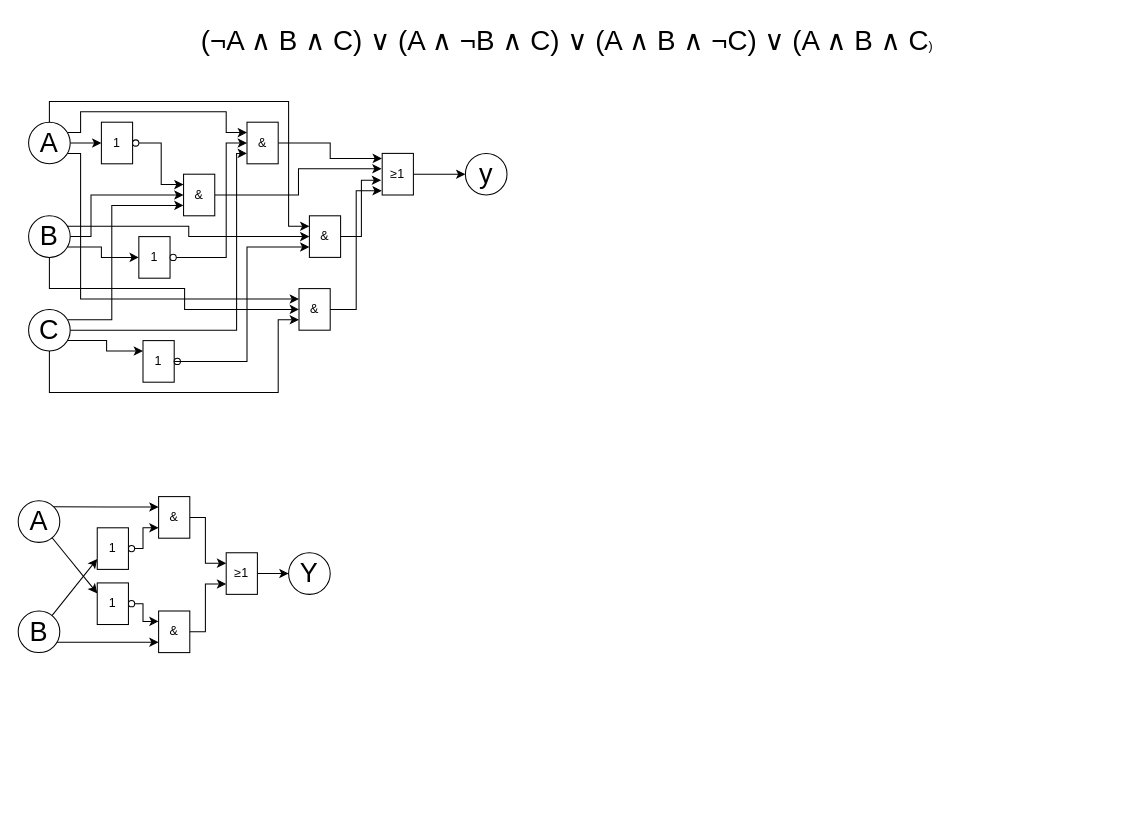
The draw.io diagram 3-Schalte-SFP.drawio in Protarios/Steuerungstechnik, before the edit. Source tidied: cells renumbered, new cells numbered last; positions are measured from the earlier drawing's top-left corner, leaving out a move shared by most shapes. Both pictures are drawn from the tidied source at 104%, with x=0, y=0 at pixel (18, 18).
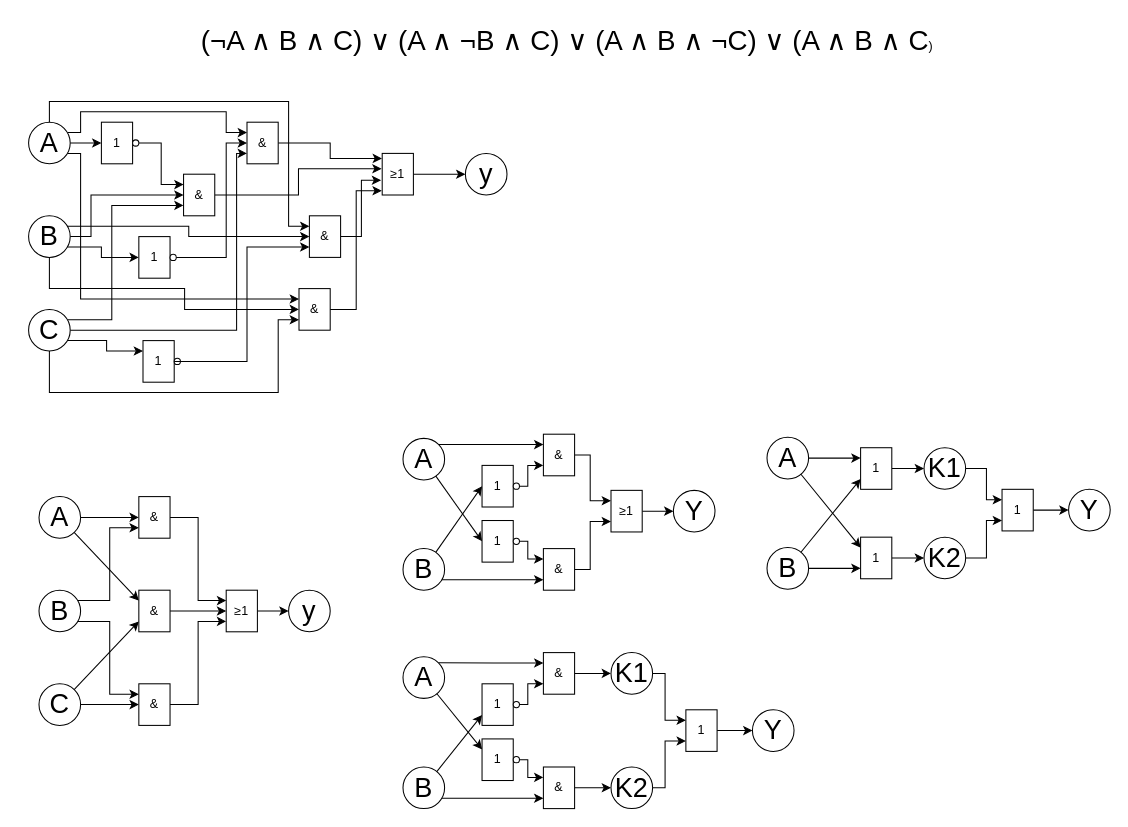
The same diagram, later.

The edit, as a diff of the source:
```diff
@@
-    <mxCell id="41" style="edgeStyle=orthogonalEdgeStyle;rounded=0;jettySize=auto;html=1;entryX=0;entryY=0.25;entryDx=0;entryDy=0;exitX=1;exitY=0;exitDx=0;exitDy=0;" parent="1" edge="1" source="43" target="55">
-      <mxGeometry relative="1" as="geometry" />
-    </mxCell>
-    <mxCell id="42" style="rounded=0;jettySize=auto;html=1;entryX=0;entryY=0.25;entryDx=0;entryDy=0;" parent="1" edge="1" source="43" target="49">
-      <mxGeometry relative="1" as="geometry" />
-    </mxCell>
-    <mxCell id="43" value="A" style="ellipse;whiteSpace=wrap;html=1;fontSize=26;" parent="1" vertex="1">
-      <mxGeometry y="464" width="40" height="40" as="geometry" />
-    </mxCell>
-    <mxCell id="44" style="rounded=0;jettySize=auto;html=1;entryX=0;entryY=0.75;entryDx=0;entryDy=0;" parent="1" edge="1" source="46" target="52">
-      <mxGeometry relative="1" as="geometry" />
-    </mxCell>
-    <mxCell id="45" style="edgeStyle=orthogonalEdgeStyle;rounded=0;jettySize=auto;html=1;entryX=0;entryY=0.75;entryDx=0;entryDy=0;" parent="1" edge="1" source="46" target="60">
-      <mxGeometry relative="1" as="geometry">
-        <Array as="points">
-          <mxPoint x="60" y="600" />
-          <mxPoint x="60" y="600" />
-        </Array>
-      </mxGeometry>
-    </mxCell>
-    <mxCell id="46" value="B" style="ellipse;whiteSpace=wrap;html=1;fontSize=26;" parent="1" vertex="1">
-      <mxGeometry y="570" width="40" height="40" as="geometry" />
-    </mxCell>
-    <mxCell id="47" value="Y" style="ellipse;whiteSpace=wrap;html=1;fontSize=26;" parent="1" vertex="1">
-      <mxGeometry x="260" y="514" width="40" height="40" as="geometry" />
-    </mxCell>
-    <mxCell id="48" style="group;" parent="1" vertex="1">
-      <mxGeometry x="76" y="543" width="36" height="40" as="geometry" />
-    </mxCell>
-    <mxCell id="49" value="1" style="rounded=0;whiteSpace=wrap;html=1;" parent="48" vertex="1">
-      <mxGeometry width="30" height="40" as="geometry" />
-    </mxCell>
-    <mxCell id="50" style="ellipse;whiteSpace=wrap;html=1;" parent="48" vertex="1">
-      <mxGeometry x="30" y="17" width="6" height="6" as="geometry" />
-    </mxCell>
-    <mxCell id="51" style="group;" parent="1" vertex="1">
-      <mxGeometry x="76" y="490" width="36" height="40" as="geometry" />
-    </mxCell>
-    <mxCell id="52" value="1" style="rounded=0;whiteSpace=wrap;html=1;" parent="51" vertex="1">
-      <mxGeometry width="30" height="40" as="geometry" />
-    </mxCell>
-    <mxCell id="53" style="ellipse;whiteSpace=wrap;html=1;" parent="51" vertex="1">
-      <mxGeometry x="30" y="17" width="6" height="6" as="geometry" />
-    </mxCell>
-    <mxCell id="54" style="edgeStyle=orthogonalEdgeStyle;rounded=0;jettySize=auto;html=1;entryX=0;entryY=0.25;entryDx=0;entryDy=0;" parent="1" edge="1" source="55" target="58">
-      <mxGeometry relative="1" as="geometry">
-        <Array as="points">
-          <mxPoint x="180" y="480" />
-          <mxPoint x="180" y="524" />
-        </Array>
-      </mxGeometry>
-    </mxCell>
-    <mxCell id="55" value="&amp;amp;" style="rounded=0;whiteSpace=wrap;html=1;" parent="1" vertex="1">
-      <mxGeometry x="135" y="460" width="30" height="40" as="geometry" />
-    </mxCell>
-    <mxCell id="56" style="edgeStyle=orthogonalEdgeStyle;rounded=0;jettySize=auto;html=1;exitX=1;exitY=0.5;exitDx=0;exitDy=0;entryX=0;entryY=0.75;entryDx=0;entryDy=0;" parent="1" edge="1" source="53" target="55">
-      <mxGeometry relative="1" as="geometry">
-        <Array as="points">
-          <mxPoint x="120" y="510" />
-          <mxPoint x="120" y="490" />
-        </Array>
-      </mxGeometry>
-    </mxCell>
-    <mxCell id="57" style="edgeStyle=orthogonalEdgeStyle;rounded=0;jettySize=auto;html=1;" parent="1" edge="1" source="58" target="47">
-      <mxGeometry relative="1" as="geometry" />
-    </mxCell>
-    <mxCell id="58" value="&lt;font face=&quot;Helvetica&quot;&gt;&lt;font&gt;&lt;span style=&quot;color: black; font-weight: normal;&quot;&gt;≥1&lt;/span&gt;&lt;/font&gt;&lt;/font&gt;" style="rounded=0;whiteSpace=wrap;html=1;" parent="1" vertex="1">
-      <mxGeometry x="200" y="514" width="30" height="40" as="geometry" />
-    </mxCell>
-    <mxCell id="59" style="edgeStyle=orthogonalEdgeStyle;rounded=0;jettySize=auto;html=1;entryX=0;entryY=0.75;entryDx=0;entryDy=0;" parent="1" edge="1" source="60" target="58">
-      <mxGeometry relative="1" as="geometry">
-        <Array as="points">
-          <mxPoint x="180" y="590" />
-          <mxPoint x="180" y="544" />
-        </Array>
-      </mxGeometry>
-    </mxCell>
-    <mxCell id="60" value="&amp;amp;" style="rounded=0;whiteSpace=wrap;html=1;" parent="1" vertex="1">
-      <mxGeometry x="135" y="570" width="30" height="40" as="geometry" />
-    </mxCell>
-    <mxCell id="61" style="edgeStyle=orthogonalEdgeStyle;rounded=0;jettySize=auto;html=1;entryX=0;entryY=0.25;entryDx=0;entryDy=0;exitX=1;exitY=0.5;exitDx=0;exitDy=0;" parent="1" edge="1" source="50" target="60">
-      <mxGeometry relative="1" as="geometry">
-        <Array as="points">
-          <mxPoint x="120" y="563" />
-          <mxPoint x="120" y="580" />
-        </Array>
-      </mxGeometry>
-    </mxCell>
+    <mxCell id="62" style="edgeStyle=orthogonalEdgeStyle;rounded=0;jettySize=auto;html=1;entryX=0;entryY=0.5;entryDx=0;entryDy=0;exitX=1;exitY=0.5;exitDx=0;exitDy=0;" parent="1" edge="1" source="64" target="72">
+      <mxGeometry relative="1" as="geometry" />
+    </mxCell>
+    <mxCell id="63" style="rounded=0;jettySize=auto;html=1;entryX=0;entryY=0.25;entryDx=0;entryDy=0;" parent="1" edge="1" source="64" target="74">
+      <mxGeometry relative="1" as="geometry" />
+    </mxCell>
+    <mxCell id="64" value="A" style="ellipse;whiteSpace=wrap;html=1;fontSize=26;" parent="1" vertex="1">
+      <mxGeometry x="20" y="460" width="40" height="40" as="geometry" />
+    </mxCell>
+    <mxCell id="65" style="edgeStyle=orthogonalEdgeStyle;rounded=0;jettySize=auto;html=1;entryX=0;entryY=0.75;entryDx=0;entryDy=0;" parent="1" edge="1" source="67" target="72">
+      <mxGeometry relative="1" as="geometry">
+        <Array as="points">
+          <mxPoint x="88" y="560" />
+          <mxPoint x="88" y="490" />
+        </Array>
+      </mxGeometry>
+    </mxCell>
+    <mxCell id="66" style="edgeStyle=orthogonalEdgeStyle;rounded=0;jettySize=auto;html=1;entryX=0;entryY=0.25;entryDx=0;entryDy=0;" parent="1" edge="1" source="67" target="76">
+      <mxGeometry relative="1" as="geometry">
+        <Array as="points">
+          <mxPoint x="88" y="580" />
+          <mxPoint x="88" y="650" />
+        </Array>
+      </mxGeometry>
+    </mxCell>
+    <mxCell id="67" value="B" style="ellipse;whiteSpace=wrap;html=1;fontSize=26;" parent="1" vertex="1">
+      <mxGeometry x="20" y="550" width="40" height="40" as="geometry" />
+    </mxCell>
+    <mxCell id="68" style="rounded=0;jettySize=auto;html=1;entryX=0;entryY=0.75;entryDx=0;entryDy=0;" parent="1" edge="1" source="70" target="74">
+      <mxGeometry relative="1" as="geometry" />
+    </mxCell>
+    <mxCell id="69" style="edgeStyle=orthogonalEdgeStyle;rounded=0;jettySize=auto;html=1;entryX=0;entryY=0.5;entryDx=0;entryDy=0;" parent="1" edge="1" source="70" target="76">
+      <mxGeometry relative="1" as="geometry" />
+    </mxCell>
+    <mxCell id="70" value="C" style="ellipse;whiteSpace=wrap;html=1;fontSize=26;" parent="1" vertex="1">
+      <mxGeometry x="20" y="640" width="40" height="40" as="geometry" />
+    </mxCell>
+    <mxCell id="71" style="edgeStyle=orthogonalEdgeStyle;rounded=0;jettySize=auto;html=1;entryX=0;entryY=0.25;entryDx=0;entryDy=0;" parent="1" edge="1" source="72" target="78">
+      <mxGeometry relative="1" as="geometry" />
+    </mxCell>
+    <mxCell id="72" value="&amp;amp;" style="rounded=0;whiteSpace=wrap;html=1;" parent="1" vertex="1">
+      <mxGeometry x="116" y="460" width="30" height="40" as="geometry" />
+    </mxCell>
+    <mxCell id="73" style="edgeStyle=orthogonalEdgeStyle;rounded=0;jettySize=auto;html=1;entryX=0;entryY=0.5;entryDx=0;entryDy=0;" parent="1" edge="1" source="74" target="78">
+      <mxGeometry relative="1" as="geometry" />
+    </mxCell>
+    <mxCell id="74" value="&amp;amp;" style="rounded=0;whiteSpace=wrap;html=1;" parent="1" vertex="1">
+      <mxGeometry x="116" y="550" width="30" height="40" as="geometry" />
+    </mxCell>
+    <mxCell id="75" style="edgeStyle=orthogonalEdgeStyle;rounded=0;jettySize=auto;html=1;entryX=0;entryY=0.75;entryDx=0;entryDy=0;" parent="1" edge="1" source="76" target="78">
+      <mxGeometry relative="1" as="geometry" />
+    </mxCell>
+    <mxCell id="76" value="&amp;amp;" style="rounded=0;whiteSpace=wrap;html=1;" parent="1" vertex="1">
+      <mxGeometry x="116" y="640" width="30" height="40" as="geometry" />
+    </mxCell>
+    <mxCell id="77" style="edgeStyle=orthogonalEdgeStyle;rounded=0;jettySize=auto;html=1;" parent="1" edge="1" source="78" target="79">
+      <mxGeometry relative="1" as="geometry" />
+    </mxCell>
+    <mxCell id="78" value="&lt;font face=&quot;Helvetica&quot;&gt;&lt;font&gt;&lt;span style=&quot;color: black; font-weight: normal;&quot;&gt;≥1&lt;/span&gt;&lt;/font&gt;&lt;/font&gt;" style="rounded=0;whiteSpace=wrap;html=1;" parent="1" vertex="1">
+      <mxGeometry x="200" y="550" width="30" height="40" as="geometry" />
+    </mxCell>
+    <mxCell id="79" value="y" style="ellipse;whiteSpace=wrap;html=1;fontSize=26;" parent="1" vertex="1">
+      <mxGeometry x="260" y="550" width="40" height="40" as="geometry" />
+    </mxCell>
+    <mxCell id="80" style="edgeStyle=orthogonalEdgeStyle;rounded=0;jettySize=auto;html=1;entryX=0;entryY=0.25;entryDx=0;entryDy=0;exitX=1;exitY=0;exitDx=0;exitDy=0;" parent="1" edge="1" source="82" target="94">
+      <mxGeometry relative="1" as="geometry" />
+    </mxCell>
+    <mxCell id="81" style="rounded=0;jettySize=auto;html=1;entryX=0;entryY=0.5;entryDx=0;entryDy=0;" parent="1" edge="1" source="82" target="88">
+      <mxGeometry relative="1" as="geometry" />
+    </mxCell>
+    <mxCell id="82" value="A" style="ellipse;whiteSpace=wrap;html=1;fontSize=26;" parent="1" vertex="1">
+      <mxGeometry x="370" y="404" width="40" height="40" as="geometry" />
+    </mxCell>
+    <mxCell id="83" style="rounded=0;jettySize=auto;html=1;entryX=0;entryY=0.5;entryDx=0;entryDy=0;" parent="1" edge="1" source="85" target="91">
+      <mxGeometry relative="1" as="geometry" />
+    </mxCell>
+    <mxCell id="84" style="edgeStyle=orthogonalEdgeStyle;rounded=0;jettySize=auto;html=1;entryX=0;entryY=0.75;entryDx=0;entryDy=0;" parent="1" edge="1" source="85" target="99">
+      <mxGeometry relative="1" as="geometry">
+        <Array as="points">
+          <mxPoint x="430" y="540" />
+          <mxPoint x="430" y="540" />
+        </Array>
+      </mxGeometry>
+    </mxCell>
+    <mxCell id="85" value="B" style="ellipse;whiteSpace=wrap;html=1;fontSize=26;" parent="1" vertex="1">
+      <mxGeometry x="370" y="510" width="40" height="40" as="geometry" />
+    </mxCell>
+    <mxCell id="86" value="Y" style="ellipse;whiteSpace=wrap;html=1;fontSize=26;" parent="1" vertex="1">
+      <mxGeometry x="630" y="454" width="40" height="40" as="geometry" />
+    </mxCell>
+    <mxCell id="87" style="group;" parent="1" vertex="1">
+      <mxGeometry x="446" y="483" width="36" height="40" as="geometry" />
+    </mxCell>
+    <mxCell id="88" value="1" style="rounded=0;whiteSpace=wrap;html=1;" parent="87" vertex="1">
+      <mxGeometry width="30" height="40" as="geometry" />
+    </mxCell>
+    <mxCell id="89" style="ellipse;whiteSpace=wrap;html=1;" parent="87" vertex="1">
+      <mxGeometry x="30" y="17" width="6" height="6" as="geometry" />
+    </mxCell>
+    <mxCell id="90" style="group;" parent="1" vertex="1">
+      <mxGeometry x="446" y="430" width="36" height="40" as="geometry" />
+    </mxCell>
+    <mxCell id="91" value="1" style="rounded=0;whiteSpace=wrap;html=1;" parent="90" vertex="1">
+      <mxGeometry width="30" height="40" as="geometry" />
+    </mxCell>
+    <mxCell id="92" style="ellipse;whiteSpace=wrap;html=1;" parent="90" vertex="1">
+      <mxGeometry x="30" y="17" width="6" height="6" as="geometry" />
+    </mxCell>
+    <mxCell id="93" style="edgeStyle=orthogonalEdgeStyle;rounded=0;jettySize=auto;html=1;entryX=0;entryY=0.25;entryDx=0;entryDy=0;" parent="1" edge="1" source="94" target="97">
+      <mxGeometry relative="1" as="geometry">
+        <Array as="points">
+          <mxPoint x="550" y="420" />
+          <mxPoint x="550" y="464" />
+        </Array>
+      </mxGeometry>
+    </mxCell>
+    <mxCell id="94" value="&amp;amp;" style="rounded=0;whiteSpace=wrap;html=1;" parent="1" vertex="1">
+      <mxGeometry x="505" y="400" width="30" height="40" as="geometry" />
+    </mxCell>
+    <mxCell id="95" style="edgeStyle=orthogonalEdgeStyle;rounded=0;jettySize=auto;html=1;exitX=1;exitY=0.5;exitDx=0;exitDy=0;entryX=0;entryY=0.75;entryDx=0;entryDy=0;" parent="1" edge="1" source="92" target="94">
+      <mxGeometry relative="1" as="geometry">
+        <Array as="points">
+          <mxPoint x="490" y="450" />
+          <mxPoint x="490" y="430" />
+        </Array>
+      </mxGeometry>
+    </mxCell>
+    <mxCell id="96" style="edgeStyle=orthogonalEdgeStyle;rounded=0;jettySize=auto;html=1;" parent="1" edge="1" source="97" target="86">
+      <mxGeometry relative="1" as="geometry" />
+    </mxCell>
+    <mxCell id="97" value="&lt;font face=&quot;Helvetica&quot;&gt;&lt;font&gt;&lt;span style=&quot;color: black; font-weight: normal;&quot;&gt;≥1&lt;/span&gt;&lt;/font&gt;&lt;/font&gt;" style="rounded=0;whiteSpace=wrap;html=1;" parent="1" vertex="1">
+      <mxGeometry x="570" y="454" width="30" height="40" as="geometry" />
+    </mxCell>
+    <mxCell id="98" style="edgeStyle=orthogonalEdgeStyle;rounded=0;jettySize=auto;html=1;entryX=0;entryY=0.75;entryDx=0;entryDy=0;" parent="1" edge="1" source="99" target="97">
+      <mxGeometry relative="1" as="geometry">
+        <Array as="points">
+          <mxPoint x="550" y="530" />
+          <mxPoint x="550" y="484" />
+        </Array>
+      </mxGeometry>
+    </mxCell>
+    <mxCell id="99" value="&amp;amp;" style="rounded=0;whiteSpace=wrap;html=1;" parent="1" vertex="1">
+      <mxGeometry x="505" y="510" width="30" height="40" as="geometry" />
+    </mxCell>
+    <mxCell id="100" style="edgeStyle=orthogonalEdgeStyle;rounded=0;jettySize=auto;html=1;entryX=0;entryY=0.25;entryDx=0;entryDy=0;exitX=1;exitY=0.5;exitDx=0;exitDy=0;" parent="1" edge="1" source="89" target="99">
+      <mxGeometry relative="1" as="geometry">
+        <Array as="points">
+          <mxPoint x="490" y="503" />
+          <mxPoint x="490" y="520" />
+        </Array>
+      </mxGeometry>
+    </mxCell>
+    <mxCell id="101" style="edgeStyle=orthogonalEdgeStyle;rounded=0;jettySize=auto;html=1;entryX=0;entryY=0.25;entryDx=0;entryDy=0;exitX=1;exitY=0;exitDx=0;exitDy=0;" parent="1" edge="1" source="103" target="114">
+      <mxGeometry relative="1" as="geometry" />
+    </mxCell>
+    <mxCell id="102" style="rounded=0;jettySize=auto;html=1;entryX=0;entryY=0.25;entryDx=0;entryDy=0;" parent="1" edge="1" source="103" target="108">
+      <mxGeometry relative="1" as="geometry" />
+    </mxCell>
+    <mxCell id="103" value="A" style="ellipse;whiteSpace=wrap;html=1;fontSize=26;" parent="1" vertex="1">
+      <mxGeometry x="370" y="614" width="40" height="40" as="geometry" />
+    </mxCell>
+    <mxCell id="104" style="rounded=0;jettySize=auto;html=1;entryX=0;entryY=0.75;entryDx=0;entryDy=0;" parent="1" edge="1" source="106" target="111">
+      <mxGeometry relative="1" as="geometry" />
+    </mxCell>
+    <mxCell id="105" style="edgeStyle=orthogonalEdgeStyle;rounded=0;jettySize=auto;html=1;entryX=0;entryY=0.75;entryDx=0;entryDy=0;" parent="1" edge="1" source="106" target="117">
+      <mxGeometry relative="1" as="geometry">
+        <Array as="points">
+          <mxPoint x="430" y="750" />
+          <mxPoint x="430" y="750" />
+        </Array>
+      </mxGeometry>
+    </mxCell>
+    <mxCell id="106" value="B" style="ellipse;whiteSpace=wrap;html=1;fontSize=26;" parent="1" vertex="1">
+      <mxGeometry x="370" y="720" width="40" height="40" as="geometry" />
+    </mxCell>
+    <mxCell id="107" style="group;" parent="1" vertex="1">
+      <mxGeometry x="446" y="693" width="36" height="40" as="geometry" />
+    </mxCell>
+    <mxCell id="108" value="1" style="rounded=0;whiteSpace=wrap;html=1;" parent="107" vertex="1">
+      <mxGeometry width="30" height="40" as="geometry" />
+    </mxCell>
+    <mxCell id="109" style="ellipse;whiteSpace=wrap;html=1;" parent="107" vertex="1">
+      <mxGeometry x="30" y="17" width="6" height="6" as="geometry" />
+    </mxCell>
+    <mxCell id="110" style="group;" parent="1" vertex="1">
+      <mxGeometry x="446" y="640" width="36" height="40" as="geometry" />
+    </mxCell>
+    <mxCell id="111" value="1" style="rounded=0;whiteSpace=wrap;html=1;" parent="110" vertex="1">
+      <mxGeometry width="30" height="40" as="geometry" />
+    </mxCell>
+    <mxCell id="112" style="ellipse;whiteSpace=wrap;html=1;" parent="110" vertex="1">
+      <mxGeometry x="30" y="17" width="6" height="6" as="geometry" />
+    </mxCell>
+    <mxCell id="113" style="edgeStyle=orthogonalEdgeStyle;rounded=0;jettySize=auto;html=1;entryX=0;entryY=0.5;entryDx=0;entryDy=0;" parent="1" edge="1" source="114" target="120">
+      <mxGeometry relative="1" as="geometry" />
+    </mxCell>
+    <mxCell id="114" value="&amp;amp;" style="rounded=0;whiteSpace=wrap;html=1;" parent="1" vertex="1">
+      <mxGeometry x="505" y="610" width="30" height="40" as="geometry" />
+    </mxCell>
+    <mxCell id="115" style="edgeStyle=orthogonalEdgeStyle;rounded=0;jettySize=auto;html=1;exitX=1;exitY=0.5;exitDx=0;exitDy=0;entryX=0;entryY=0.75;entryDx=0;entryDy=0;" parent="1" edge="1" source="112" target="114">
+      <mxGeometry relative="1" as="geometry">
+        <Array as="points">
+          <mxPoint x="490" y="660" />
+          <mxPoint x="490" y="640" />
+        </Array>
+      </mxGeometry>
+    </mxCell>
+    <mxCell id="116" style="edgeStyle=orthogonalEdgeStyle;rounded=0;jettySize=auto;html=1;entryX=0;entryY=0.5;entryDx=0;entryDy=0;" parent="1" edge="1" source="117" target="122">
+      <mxGeometry relative="1" as="geometry" />
+    </mxCell>
+    <mxCell id="117" value="&amp;amp;" style="rounded=0;whiteSpace=wrap;html=1;" parent="1" vertex="1">
+      <mxGeometry x="505" y="720" width="30" height="40" as="geometry" />
+    </mxCell>
+    <mxCell id="118" style="edgeStyle=orthogonalEdgeStyle;rounded=0;jettySize=auto;html=1;entryX=0;entryY=0.25;entryDx=0;entryDy=0;exitX=1;exitY=0.5;exitDx=0;exitDy=0;" parent="1" edge="1" source="109" target="117">
+      <mxGeometry relative="1" as="geometry">
+        <Array as="points">
+          <mxPoint x="490" y="713" />
+          <mxPoint x="490" y="730" />
+        </Array>
+      </mxGeometry>
+    </mxCell>
+    <mxCell id="119" style="edgeStyle=orthogonalEdgeStyle;rounded=0;jettySize=auto;html=1;entryX=0;entryY=0.25;entryDx=0;entryDy=0;" parent="1" edge="1" source="120" target="141">
+      <mxGeometry relative="1" as="geometry">
+        <Array as="points">
+          <mxPoint x="622" y="630" />
+          <mxPoint x="622" y="675" />
+        </Array>
+      </mxGeometry>
+    </mxCell>
+    <mxCell id="120" value="K1" style="ellipse;whiteSpace=wrap;html=1;fontSize=26;" parent="1" vertex="1">
+      <mxGeometry x="570" y="610" width="40" height="40" as="geometry" />
+    </mxCell>
+    <mxCell id="121" style="edgeStyle=orthogonalEdgeStyle;rounded=0;jettySize=auto;html=1;entryX=0;entryY=0.75;entryDx=0;entryDy=0;" parent="1" edge="1" source="122" target="141">
+      <mxGeometry relative="1" as="geometry">
+        <Array as="points">
+          <mxPoint x="622" y="740" />
+          <mxPoint x="622" y="695" />
+        </Array>
+      </mxGeometry>
+    </mxCell>
+    <mxCell id="122" value="K2" style="ellipse;whiteSpace=wrap;html=1;fontSize=26;" parent="1" vertex="1">
+      <mxGeometry x="570" y="720" width="40" height="40" as="geometry" />
+    </mxCell>
+    <mxCell id="123" style="edgeStyle=orthogonalEdgeStyle;rounded=0;jettySize=auto;html=1;entryX=0;entryY=0.25;entryDx=0;entryDy=0;" parent="1" edge="1" source="125" target="132">
+      <mxGeometry relative="1" as="geometry" />
+    </mxCell>
+    <mxCell id="124" style="rounded=0;jettySize=auto;html=1;entryX=0;entryY=0.25;entryDx=0;entryDy=0;" parent="1" edge="1" source="125" target="136">
+      <mxGeometry relative="1" as="geometry" />
+    </mxCell>
+    <mxCell id="125" value="A" style="ellipse;whiteSpace=wrap;html=1;fontSize=26;" parent="1" vertex="1">
+      <mxGeometry x="720" y="403" width="40" height="40" as="geometry" />
+    </mxCell>
+    <mxCell id="126" style="rounded=0;jettySize=auto;html=1;entryX=0;entryY=0.75;entryDx=0;entryDy=0;" parent="1" edge="1" source="128" target="132">
+      <mxGeometry relative="1" as="geometry" />
+    </mxCell>
+    <mxCell id="127" style="edgeStyle=orthogonalEdgeStyle;rounded=0;jettySize=auto;html=1;entryX=0;entryY=0.75;entryDx=0;entryDy=0;" parent="1" edge="1" source="128" target="136">
+      <mxGeometry relative="1" as="geometry" />
+    </mxCell>
+    <mxCell id="128" value="B" style="ellipse;whiteSpace=wrap;html=1;fontSize=26;" parent="1" vertex="1">
+      <mxGeometry x="720" y="509" width="40" height="40" as="geometry" />
+    </mxCell>
+    <mxCell id="129" style="edgeStyle=orthogonalEdgeStyle;rounded=0;jettySize=auto;html=1;entryX=0;entryY=0.25;entryDx=0;entryDy=0;" parent="1" edge="1" source="130" target="138">
+      <mxGeometry relative="1" as="geometry" />
+    </mxCell>
+    <mxCell id="130" value="K1" style="ellipse;whiteSpace=wrap;html=1;fontSize=26;" parent="1" vertex="1">
+      <mxGeometry x="871" y="413" width="40" height="40" as="geometry" />
+    </mxCell>
+    <mxCell id="131" style="edgeStyle=orthogonalEdgeStyle;rounded=0;jettySize=auto;html=1;entryX=0;entryY=0.5;entryDx=0;entryDy=0;" parent="1" edge="1" source="132" target="130">
+      <mxGeometry relative="1" as="geometry" />
+    </mxCell>
+    <mxCell id="132" value="1" style="rounded=0;whiteSpace=wrap;html=1;" parent="1" vertex="1">
+      <mxGeometry x="810" y="413" width="30" height="40" as="geometry" />
+    </mxCell>
+    <mxCell id="133" style="edgeStyle=orthogonalEdgeStyle;rounded=0;jettySize=auto;html=1;entryX=0;entryY=0.75;entryDx=0;entryDy=0;" parent="1" edge="1" source="134" target="138">
+      <mxGeometry relative="1" as="geometry" />
+    </mxCell>
+    <mxCell id="134" value="K2" style="ellipse;whiteSpace=wrap;html=1;fontSize=26;" parent="1" vertex="1">
+      <mxGeometry x="871" y="499" width="40" height="40" as="geometry" />
+    </mxCell>
+    <mxCell id="135" style="edgeStyle=orthogonalEdgeStyle;rounded=0;jettySize=auto;html=1;entryX=0;entryY=0.5;entryDx=0;entryDy=0;" parent="1" edge="1" source="136" target="134">
+      <mxGeometry relative="1" as="geometry" />
+    </mxCell>
+    <mxCell id="136" value="1" style="rounded=0;whiteSpace=wrap;html=1;" parent="1" vertex="1">
+      <mxGeometry x="810" y="499" width="30" height="40" as="geometry" />
+    </mxCell>
+    <mxCell id="137" style="edgeStyle=orthogonalEdgeStyle;rounded=0;jettySize=auto;html=1;" parent="1" edge="1" source="138" target="139">
+      <mxGeometry relative="1" as="geometry" />
+    </mxCell>
+    <mxCell id="138" value="1" style="rounded=0;whiteSpace=wrap;html=1;" parent="1" vertex="1">
+      <mxGeometry x="946" y="453" width="30" height="40" as="geometry" />
+    </mxCell>
+    <mxCell id="139" value="Y" style="ellipse;whiteSpace=wrap;html=1;fontSize=26;" parent="1" vertex="1">
+      <mxGeometry x="1010" y="453" width="40" height="40" as="geometry" />
+    </mxCell>
+    <mxCell id="140" style="edgeStyle=orthogonalEdgeStyle;rounded=0;jettySize=auto;html=1;" parent="1" edge="1" source="141" target="142">
+      <mxGeometry relative="1" as="geometry" />
+    </mxCell>
+    <mxCell id="141" value="1" style="rounded=0;whiteSpace=wrap;html=1;" parent="1" vertex="1">
+      <mxGeometry x="642" y="665" width="30" height="40" as="geometry" />
+    </mxCell>
+    <mxCell id="142" value="Y" style="ellipse;whiteSpace=wrap;html=1;fontSize=26;" parent="1" vertex="1">
+      <mxGeometry x="706" y="665" width="40" height="40" as="geometry" />
+    </mxCell>
```
